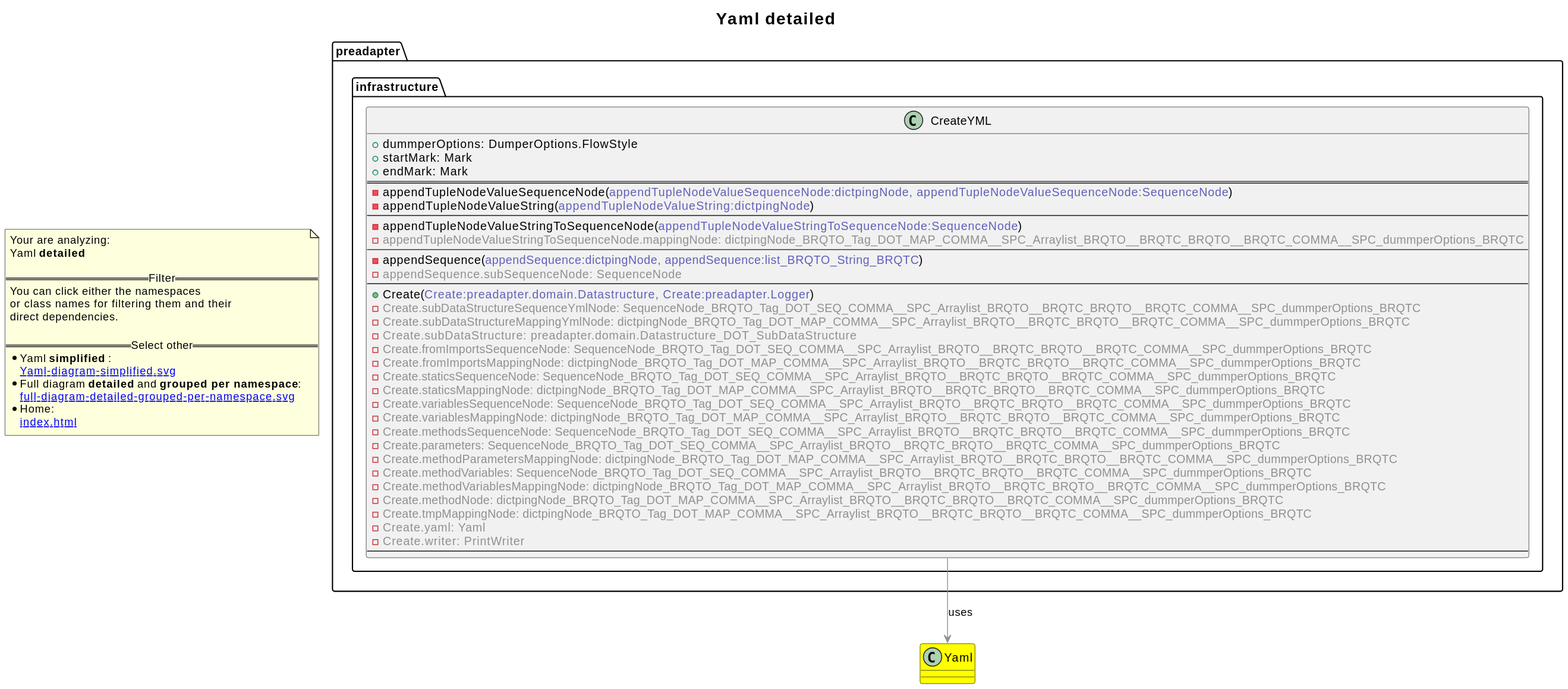
Above: revenger-java-adapter.out/Yaml-diagram-detailed.svg in 2BlackCoffees/revenger (PlantUML), before the change. Source of this version:
```plantuml
@startuml
title <size:20>Yaml **detailed** </size>
note "Your are analyzing:\nYaml **detailed** \n\n==Filter==\nYou can click either the namespaces \nor class names for filtering them and their\ndirect dependencies.\n\n==Select other==\n* Yaml **simplified** :\n   [[Yaml-diagram-simplified.svg]]\n* Full diagram **detailed** and **grouped per namespace**:\n   [[full-diagram-detailed-grouped-per-namespace.svg]]\n* Home:\n   [[index.html]]" as FloatingNote
class Yaml [[Yaml-diagram-detailed.svg]] #yellow {
}
  class preadapter.infrastructure.CreateYML [[preadapter.infrastructure.CreateYML-diagram-detailed.svg]]  {
    + dummperOptions: DumperOptions.FlowStyle
    + startMark: Mark
    + endMark: Mark
==
    - appendTupleNodeValueSequenceNode(<font color="6060BB">appendTupleNodeValueSequenceNode:dictpingNode, appendTupleNodeValueSequenceNode:SequenceNode</font>)
    - appendTupleNodeValueString(<font color="6060BB">appendTupleNodeValueString:dictpingNode</font>)
--
    - appendTupleNodeValueStringToSequenceNode(<font color="6060BB">appendTupleNodeValueStringToSequenceNode:SequenceNode</font>)
    - <font color="909090">appendTupleNodeValueStringToSequenceNode.mappingNode: dictpingNode_BRQTO_Tag_DOT_MAP_COMMA__SPC_Arraylist_BRQTO__BRQTC_BRQTO__BRQTC_COMMA__SPC_dummperOptions_BRQTC</font>
--
    - appendSequence(<font color="6060BB">appendSequence:dictpingNode, appendSequence:list_BRQTO_String_BRQTC</font>)
    - <font color="909090">appendSequence.subSequenceNode: SequenceNode</font>
--
    + Create(<font color="6060BB">Create:preadapter.domain.Datastructure, Create:preadapter.Logger</font>)
    - <font color="909090">Create.subDataStructureSequenceYmlNode: SequenceNode_BRQTO_Tag_DOT_SEQ_COMMA__SPC_Arraylist_BRQTO__BRQTC_BRQTO__BRQTC_COMMA__SPC_dummperOptions_BRQTC</font>
    - <font color="909090">Create.subDataStructureMappingYmlNode: dictpingNode_BRQTO_Tag_DOT_MAP_COMMA__SPC_Arraylist_BRQTO__BRQTC_BRQTO__BRQTC_COMMA__SPC_dummperOptions_BRQTC</font>
    - <font color="909090">Create.subDataStructure: preadapter.domain.Datastructure_DOT_SubDataStructure</font>
    - <font color="909090">Create.fromImportsSequenceNode: SequenceNode_BRQTO_Tag_DOT_SEQ_COMMA__SPC_Arraylist_BRQTO__BRQTC_BRQTO__BRQTC_COMMA__SPC_dummperOptions_BRQTC</font>
    - <font color="909090">Create.fromImportsMappingNode: dictpingNode_BRQTO_Tag_DOT_MAP_COMMA__SPC_Arraylist_BRQTO__BRQTC_BRQTO__BRQTC_COMMA__SPC_dummperOptions_BRQTC</font>
    - <font color="909090">Create.staticsSequenceNode: SequenceNode_BRQTO_Tag_DOT_SEQ_COMMA__SPC_Arraylist_BRQTO__BRQTC_BRQTO__BRQTC_COMMA__SPC_dummperOptions_BRQTC</font>
    - <font color="909090">Create.staticsMappingNode: dictpingNode_BRQTO_Tag_DOT_MAP_COMMA__SPC_Arraylist_BRQTO__BRQTC_BRQTO__BRQTC_COMMA__SPC_dummperOptions_BRQTC</font>
    - <font color="909090">Create.variablesSequenceNode: SequenceNode_BRQTO_Tag_DOT_SEQ_COMMA__SPC_Arraylist_BRQTO__BRQTC_BRQTO__BRQTC_COMMA__SPC_dummperOptions_BRQTC</font>
    - <font color="909090">Create.variablesMappingNode: dictpingNode_BRQTO_Tag_DOT_MAP_COMMA__SPC_Arraylist_BRQTO__BRQTC_BRQTO__BRQTC_COMMA__SPC_dummperOptions_BRQTC</font>
    - <font color="909090">Create.methodsSequenceNode: SequenceNode_BRQTO_Tag_DOT_SEQ_COMMA__SPC_Arraylist_BRQTO__BRQTC_BRQTO__BRQTC_COMMA__SPC_dummperOptions_BRQTC</font>
    - <font color="909090">Create.parameters: SequenceNode_BRQTO_Tag_DOT_SEQ_COMMA__SPC_Arraylist_BRQTO__BRQTC_BRQTO__BRQTC_COMMA__SPC_dummperOptions_BRQTC</font>
    - <font color="909090">Create.methodParametersMappingNode: dictpingNode_BRQTO_Tag_DOT_MAP_COMMA__SPC_Arraylist_BRQTO__BRQTC_BRQTO__BRQTC_COMMA__SPC_dummperOptions_BRQTC</font>
    - <font color="909090">Create.methodVariables: SequenceNode_BRQTO_Tag_DOT_SEQ_COMMA__SPC_Arraylist_BRQTO__BRQTC_BRQTO__BRQTC_COMMA__SPC_dummperOptions_BRQTC</font>
    - <font color="909090">Create.methodVariablesMappingNode: dictpingNode_BRQTO_Tag_DOT_MAP_COMMA__SPC_Arraylist_BRQTO__BRQTC_BRQTO__BRQTC_COMMA__SPC_dummperOptions_BRQTC</font>
    - <font color="909090">Create.methodNode: dictpingNode_BRQTO_Tag_DOT_MAP_COMMA__SPC_Arraylist_BRQTO__BRQTC_BRQTO__BRQTC_COMMA__SPC_dummperOptions_BRQTC</font>
    - <font color="909090">Create.tmpMappingNode: dictpingNode_BRQTO_Tag_DOT_MAP_COMMA__SPC_Arraylist_BRQTO__BRQTC_BRQTO__BRQTC_COMMA__SPC_dummperOptions_BRQTC</font>
    - <font color="909090">Create.yaml: Yaml</font>
    - <font color="909090">Create.writer: PrintWriter</font>
--
  }
preadapter.infrastructure.CreateYML -[#909090]-> Yaml  : uses
@enduml
```
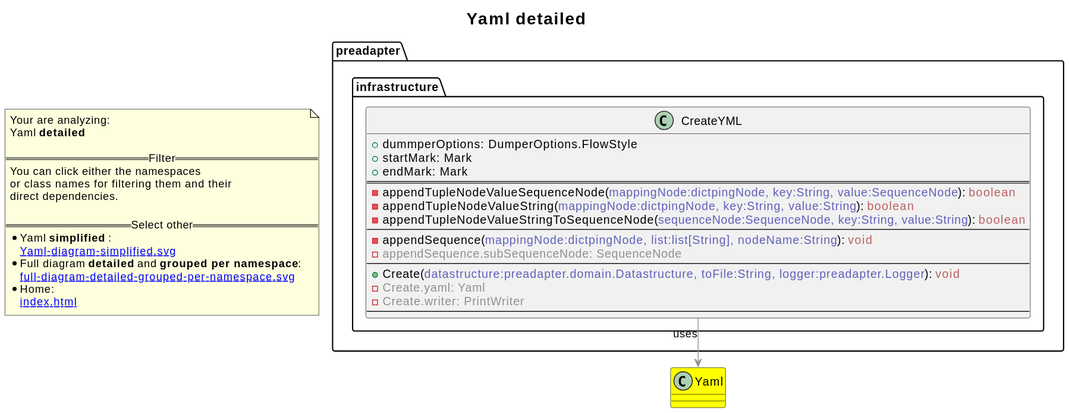
Above is the later version.

Change to the diagram source:
```diff
@@ -1,4 +1,5 @@
 @startuml
+skinparam linetype ortho
 title <size:20>Yaml **detailed** </size>
 note "Your are analyzing:\nYaml **detailed** \n\n==Filter==\nYou can click either the namespaces \nor class names for filtering them and their\ndirect dependencies.\n\n==Select other==\n* Yaml **simplified** :\n   [[Yaml-diagram-simplified.svg]]\n* Full diagram **detailed** and **grouped per namespace**:\n   [[full-diagram-detailed-grouped-per-namespace.svg]]\n* Home:\n   [[index.html]]" as FloatingNote
 class Yaml [[Yaml-diagram-detailed.svg]] #yellow {
@@ -8,32 +9,14 @@
     + startMark: Mark
     + endMark: Mark
 ==
-    - appendTupleNodeValueSequenceNode(<font color="6060BB">appendTupleNodeValueSequenceNode:dictpingNode, appendTupleNodeValueSequenceNode:SequenceNode</font>)
-    - appendTupleNodeValueString(<font color="6060BB">appendTupleNodeValueString:dictpingNode</font>)
+    - appendTupleNodeValueSequenceNode(<font color="6060BB">mappingNode:dictpingNode, key:String, value:SequenceNode</font>): <font color="BB6060">boolean</font>
+    - appendTupleNodeValueString(<font color="6060BB">mappingNode:dictpingNode, key:String, value:String</font>): <font color="BB6060">boolean</font>
+    - appendTupleNodeValueStringToSequenceNode(<font color="6060BB">sequenceNode:SequenceNode, key:String, value:String</font>): <font color="BB6060">boolean</font>
 --
-    - appendTupleNodeValueStringToSequenceNode(<font color="6060BB">appendTupleNodeValueStringToSequenceNode:SequenceNode</font>)
-    - <font color="909090">appendTupleNodeValueStringToSequenceNode.mappingNode: dictpingNode_BRQTO_Tag_DOT_MAP_COMMA__SPC_Arraylist_BRQTO__BRQTC_BRQTO__BRQTC_COMMA__SPC_dummperOptions_BRQTC</font>
---
-    - appendSequence(<font color="6060BB">appendSequence:dictpingNode, appendSequence:list_BRQTO_String_BRQTC</font>)
+    - appendSequence(<font color="6060BB">mappingNode:dictpingNode, list:list[String], nodeName:String</font>): <font color="BB6060">void</font>
     - <font color="909090">appendSequence.subSequenceNode: SequenceNode</font>
 --
-    + Create(<font color="6060BB">Create:preadapter.domain.Datastructure, Create:preadapter.Logger</font>)
-    - <font color="909090">Create.subDataStructureSequenceYmlNode: SequenceNode_BRQTO_Tag_DOT_SEQ_COMMA__SPC_Arraylist_BRQTO__BRQTC_BRQTO__BRQTC_COMMA__SPC_dummperOptions_BRQTC</font>
-    - <font color="909090">Create.subDataStructureMappingYmlNode: dictpingNode_BRQTO_Tag_DOT_MAP_COMMA__SPC_Arraylist_BRQTO__BRQTC_BRQTO__BRQTC_COMMA__SPC_dummperOptions_BRQTC</font>
-    - <font color="909090">Create.subDataStructure: preadapter.domain.Datastructure_DOT_SubDataStructure</font>
-    - <font color="909090">Create.fromImportsSequenceNode: SequenceNode_BRQTO_Tag_DOT_SEQ_COMMA__SPC_Arraylist_BRQTO__BRQTC_BRQTO__BRQTC_COMMA__SPC_dummperOptions_BRQTC</font>
-    - <font color="909090">Create.fromImportsMappingNode: dictpingNode_BRQTO_Tag_DOT_MAP_COMMA__SPC_Arraylist_BRQTO__BRQTC_BRQTO__BRQTC_COMMA__SPC_dummperOptions_BRQTC</font>
-    - <font color="909090">Create.staticsSequenceNode: SequenceNode_BRQTO_Tag_DOT_SEQ_COMMA__SPC_Arraylist_BRQTO__BRQTC_BRQTO__BRQTC_COMMA__SPC_dummperOptions_BRQTC</font>
-    - <font color="909090">Create.staticsMappingNode: dictpingNode_BRQTO_Tag_DOT_MAP_COMMA__SPC_Arraylist_BRQTO__BRQTC_BRQTO__BRQTC_COMMA__SPC_dummperOptions_BRQTC</font>
-    - <font color="909090">Create.variablesSequenceNode: SequenceNode_BRQTO_Tag_DOT_SEQ_COMMA__SPC_Arraylist_BRQTO__BRQTC_BRQTO__BRQTC_COMMA__SPC_dummperOptions_BRQTC</font>
-    - <font color="909090">Create.variablesMappingNode: dictpingNode_BRQTO_Tag_DOT_MAP_COMMA__SPC_Arraylist_BRQTO__BRQTC_BRQTO__BRQTC_COMMA__SPC_dummperOptions_BRQTC</font>
-    - <font color="909090">Create.methodsSequenceNode: SequenceNode_BRQTO_Tag_DOT_SEQ_COMMA__SPC_Arraylist_BRQTO__BRQTC_BRQTO__BRQTC_COMMA__SPC_dummperOptions_BRQTC</font>
-    - <font color="909090">Create.parameters: SequenceNode_BRQTO_Tag_DOT_SEQ_COMMA__SPC_Arraylist_BRQTO__BRQTC_BRQTO__BRQTC_COMMA__SPC_dummperOptions_BRQTC</font>
-    - <font color="909090">Create.methodParametersMappingNode: dictpingNode_BRQTO_Tag_DOT_MAP_COMMA__SPC_Arraylist_BRQTO__BRQTC_BRQTO__BRQTC_COMMA__SPC_dummperOptions_BRQTC</font>
-    - <font color="909090">Create.methodVariables: SequenceNode_BRQTO_Tag_DOT_SEQ_COMMA__SPC_Arraylist_BRQTO__BRQTC_BRQTO__BRQTC_COMMA__SPC_dummperOptions_BRQTC</font>
-    - <font color="909090">Create.methodVariablesMappingNode: dictpingNode_BRQTO_Tag_DOT_MAP_COMMA__SPC_Arraylist_BRQTO__BRQTC_BRQTO__BRQTC_COMMA__SPC_dummperOptions_BRQTC</font>
-    - <font color="909090">Create.methodNode: dictpingNode_BRQTO_Tag_DOT_MAP_COMMA__SPC_Arraylist_BRQTO__BRQTC_BRQTO__BRQTC_COMMA__SPC_dummperOptions_BRQTC</font>
-    - <font color="909090">Create.tmpMappingNode: dictpingNode_BRQTO_Tag_DOT_MAP_COMMA__SPC_Arraylist_BRQTO__BRQTC_BRQTO__BRQTC_COMMA__SPC_dummperOptions_BRQTC</font>
+    + Create(<font color="6060BB">datastructure:preadapter.domain.Datastructure, toFile:String, logger:preadapter.Logger</font>): <font color="BB6060">void</font>
     - <font color="909090">Create.yaml: Yaml</font>
     - <font color="909090">Create.writer: PrintWriter</font>
 --
```
